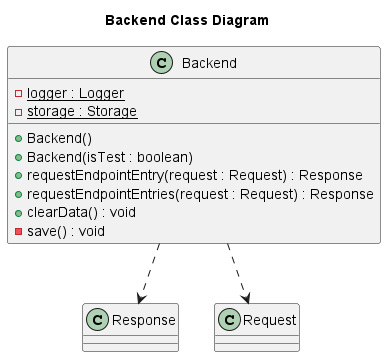
Before: docs/static/backend/BackendClassDiagram.png, a diagram exported from PlantUML (nus-cs2113-AY2223S2/tp).
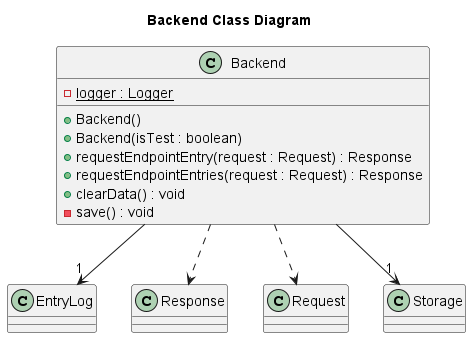
Above is the later version.

Commit message:
docs: update backend class diagram structure

What changed in the source:
```diff
@@ -2,14 +2,18 @@
 title Backend Class Diagram
 
 class Backend
+class EntryLog
 class Response
 class Request
+class Storage
+
 Backend ..> Request
 Backend ..> Response
+Backend --> "1" Storage
+Backend --> "1" EntryLog
 
 class Backend {
 - {static} logger : Logger
-- {static} storage : Storage
 
 + Backend()
 + Backend(isTest : boolean)
```
